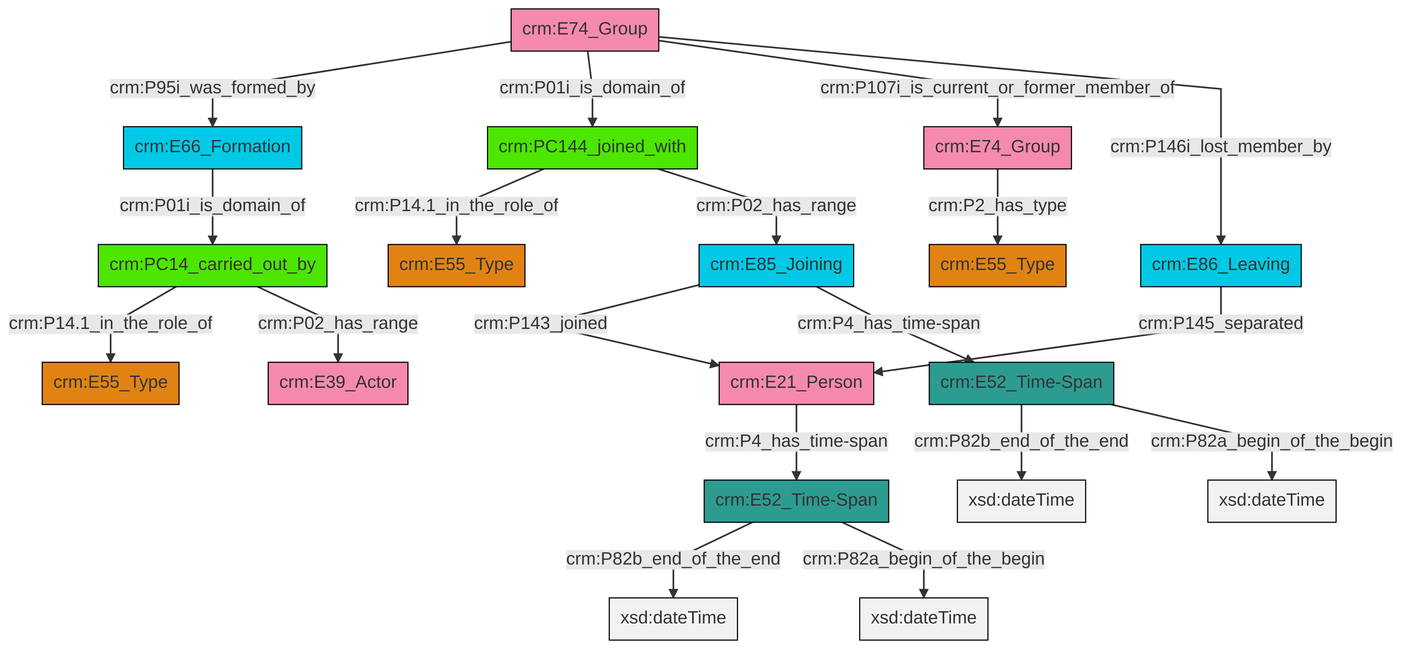
Earlier version of the Mermaid export et/groupCSV/ttl/mmd/png/group_actor_relations.png (swiss-art-research-net/docs.swissartresearch). Its source is kept beside it as et/groupCSV/ttl/mmd/group_actor_relations.ttl.mmd.
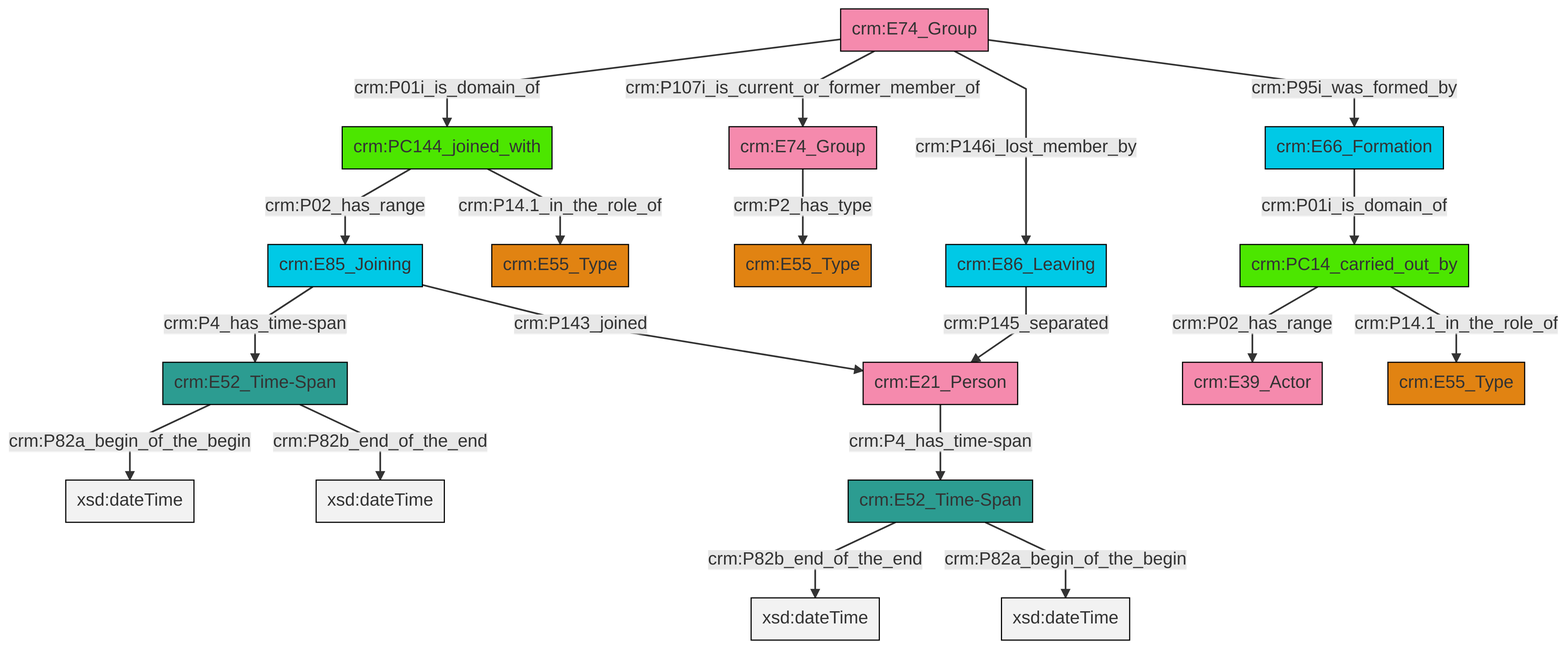
After the change.

What changed in the source:
```diff
@@ -13,21 +13,21 @@
 classDef PC_Classes fill:#4ce600, stroke:#000000;
 classDef Multi fill:#cccccc,stroke:#000000;
 
-4["crm:E74_Group"]:::Actor -->|crm:P2_has_type| 5["crm:E55_Type"]:::Type
-6["crm:E74_Group"]:::Actor -->|crm:P95i_was_formed_by| 7["crm:E66_Formation"]:::Temporal_Entity
-6["crm:E74_Group"]:::Actor -->|crm:P01i_is_domain_of| 8["crm:PC144_joined_with"]:::PC_Classes
-9["crm:E52_Time-Span"]:::Time-Span -->|crm:P82b_end_of_the_end| 10[xsd:dateTime]:::Literal
-6["crm:E74_Group"]:::Actor -->|crm:P107i_is_current_or_former_member_of| 4["crm:E74_Group"]:::Actor
-7["crm:E66_Formation"]:::Temporal_Entity -->|crm:P01i_is_domain_of| 11["crm:PC14_carried_out_by"]:::PC_Classes
-8["crm:PC144_joined_with"]:::PC_Classes -->|crm:P14.1_in_the_role_of| 2["crm:E55_Type"]:::Type
-11["crm:PC14_carried_out_by"]:::PC_Classes -->|crm:P14.1_in_the_role_of| 12["crm:E55_Type"]:::Type
-14["crm:E85_Joining"]:::Temporal_Entity -->|crm:P143_joined| 0["crm:E21_Person"]:::Actor
-8["crm:PC144_joined_with"]:::PC_Classes -->|crm:P02_has_range| 14["crm:E85_Joining"]:::Temporal_Entity
-17["crm:E52_Time-Span"]:::Time-Span -->|crm:P82b_end_of_the_end| 25[xsd:dateTime]:::Literal
-6["crm:E74_Group"]:::Actor -->|crm:P146i_lost_member_by| 15["crm:E86_Leaving"]:::Temporal_Entity
-9["crm:E52_Time-Span"]:::Time-Span -->|crm:P82a_begin_of_the_begin| 26[xsd:dateTime]:::Literal
-0["crm:E21_Person"]:::Actor -->|crm:P4_has_time-span| 9["crm:E52_Time-Span"]:::Time-Span
-11["crm:PC14_carried_out_by"]:::PC_Classes -->|crm:P02_has_range| 20["crm:E39_Actor"]:::Actor
-14["crm:E85_Joining"]:::Temporal_Entity -->|crm:P4_has_time-span| 17["crm:E52_Time-Span"]:::Time-Span
-17["crm:E52_Time-Span"]:::Time-Span -->|crm:P82a_begin_of_the_begin| 32[xsd:dateTime]:::Literal
-15["crm:E86_Leaving"]:::Temporal_Entity -->|crm:P145_separated| 0["crm:E21_Person"]:::Actor
+6["crm:E85_Joining"]:::Temporal_Entity -->|crm:P4_has_time-span| 10["crm:E52_Time-Span"]:::Time-Span
+11["crm:E86_Leaving"]:::Temporal_Entity -->|crm:P145_separated| 0["crm:E21_Person"]:::Actor
+12["crm:E74_Group"]:::Actor -->|crm:P2_has_type| 13["crm:E55_Type"]:::Type
+18["crm:E52_Time-Span"]:::Time-Span -->|crm:P82b_end_of_the_end| 19[xsd:dateTime]:::Literal
+8["crm:E74_Group"]:::Actor -->|crm:P01i_is_domain_of| 20["crm:PC144_joined_with"]:::PC_Classes
+10["crm:E52_Time-Span"]:::Time-Span -->|crm:P82a_begin_of_the_begin| 25[xsd:dateTime]:::Literal
+20["crm:PC144_joined_with"]:::PC_Classes -->|crm:P02_has_range| 6["crm:E85_Joining"]:::Temporal_Entity
+26["crm:PC14_carried_out_by"]:::PC_Classes -->|crm:P02_has_range| 21["crm:E39_Actor"]:::Actor
+8["crm:E74_Group"]:::Actor -->|crm:P107i_is_current_or_former_member_of| 12["crm:E74_Group"]:::Actor
+8["crm:E74_Group"]:::Actor -->|crm:P146i_lost_member_by| 11["crm:E86_Leaving"]:::Temporal_Entity
+16["crm:E66_Formation"]:::Temporal_Entity -->|crm:P01i_is_domain_of| 26["crm:PC14_carried_out_by"]:::PC_Classes
+18["crm:E52_Time-Span"]:::Time-Span -->|crm:P82a_begin_of_the_begin| 30[xsd:dateTime]:::Literal
+8["crm:E74_Group"]:::Actor -->|crm:P95i_was_formed_by| 16["crm:E66_Formation"]:::Temporal_Entity
+0["crm:E21_Person"]:::Actor -->|crm:P4_has_time-span| 18["crm:E52_Time-Span"]:::Time-Span
+6["crm:E85_Joining"]:::Temporal_Entity -->|crm:P143_joined| 0["crm:E21_Person"]:::Actor
+20["crm:PC144_joined_with"]:::PC_Classes -->|crm:P14.1_in_the_role_of| 4["crm:E55_Type"]:::Type
+26["crm:PC14_carried_out_by"]:::PC_Classes -->|crm:P14.1_in_the_role_of| 2["crm:E55_Type"]:::Type
+10["crm:E52_Time-Span"]:::Time-Span -->|crm:P82b_end_of_the_end| 33[xsd:dateTime]:::Literal
```
